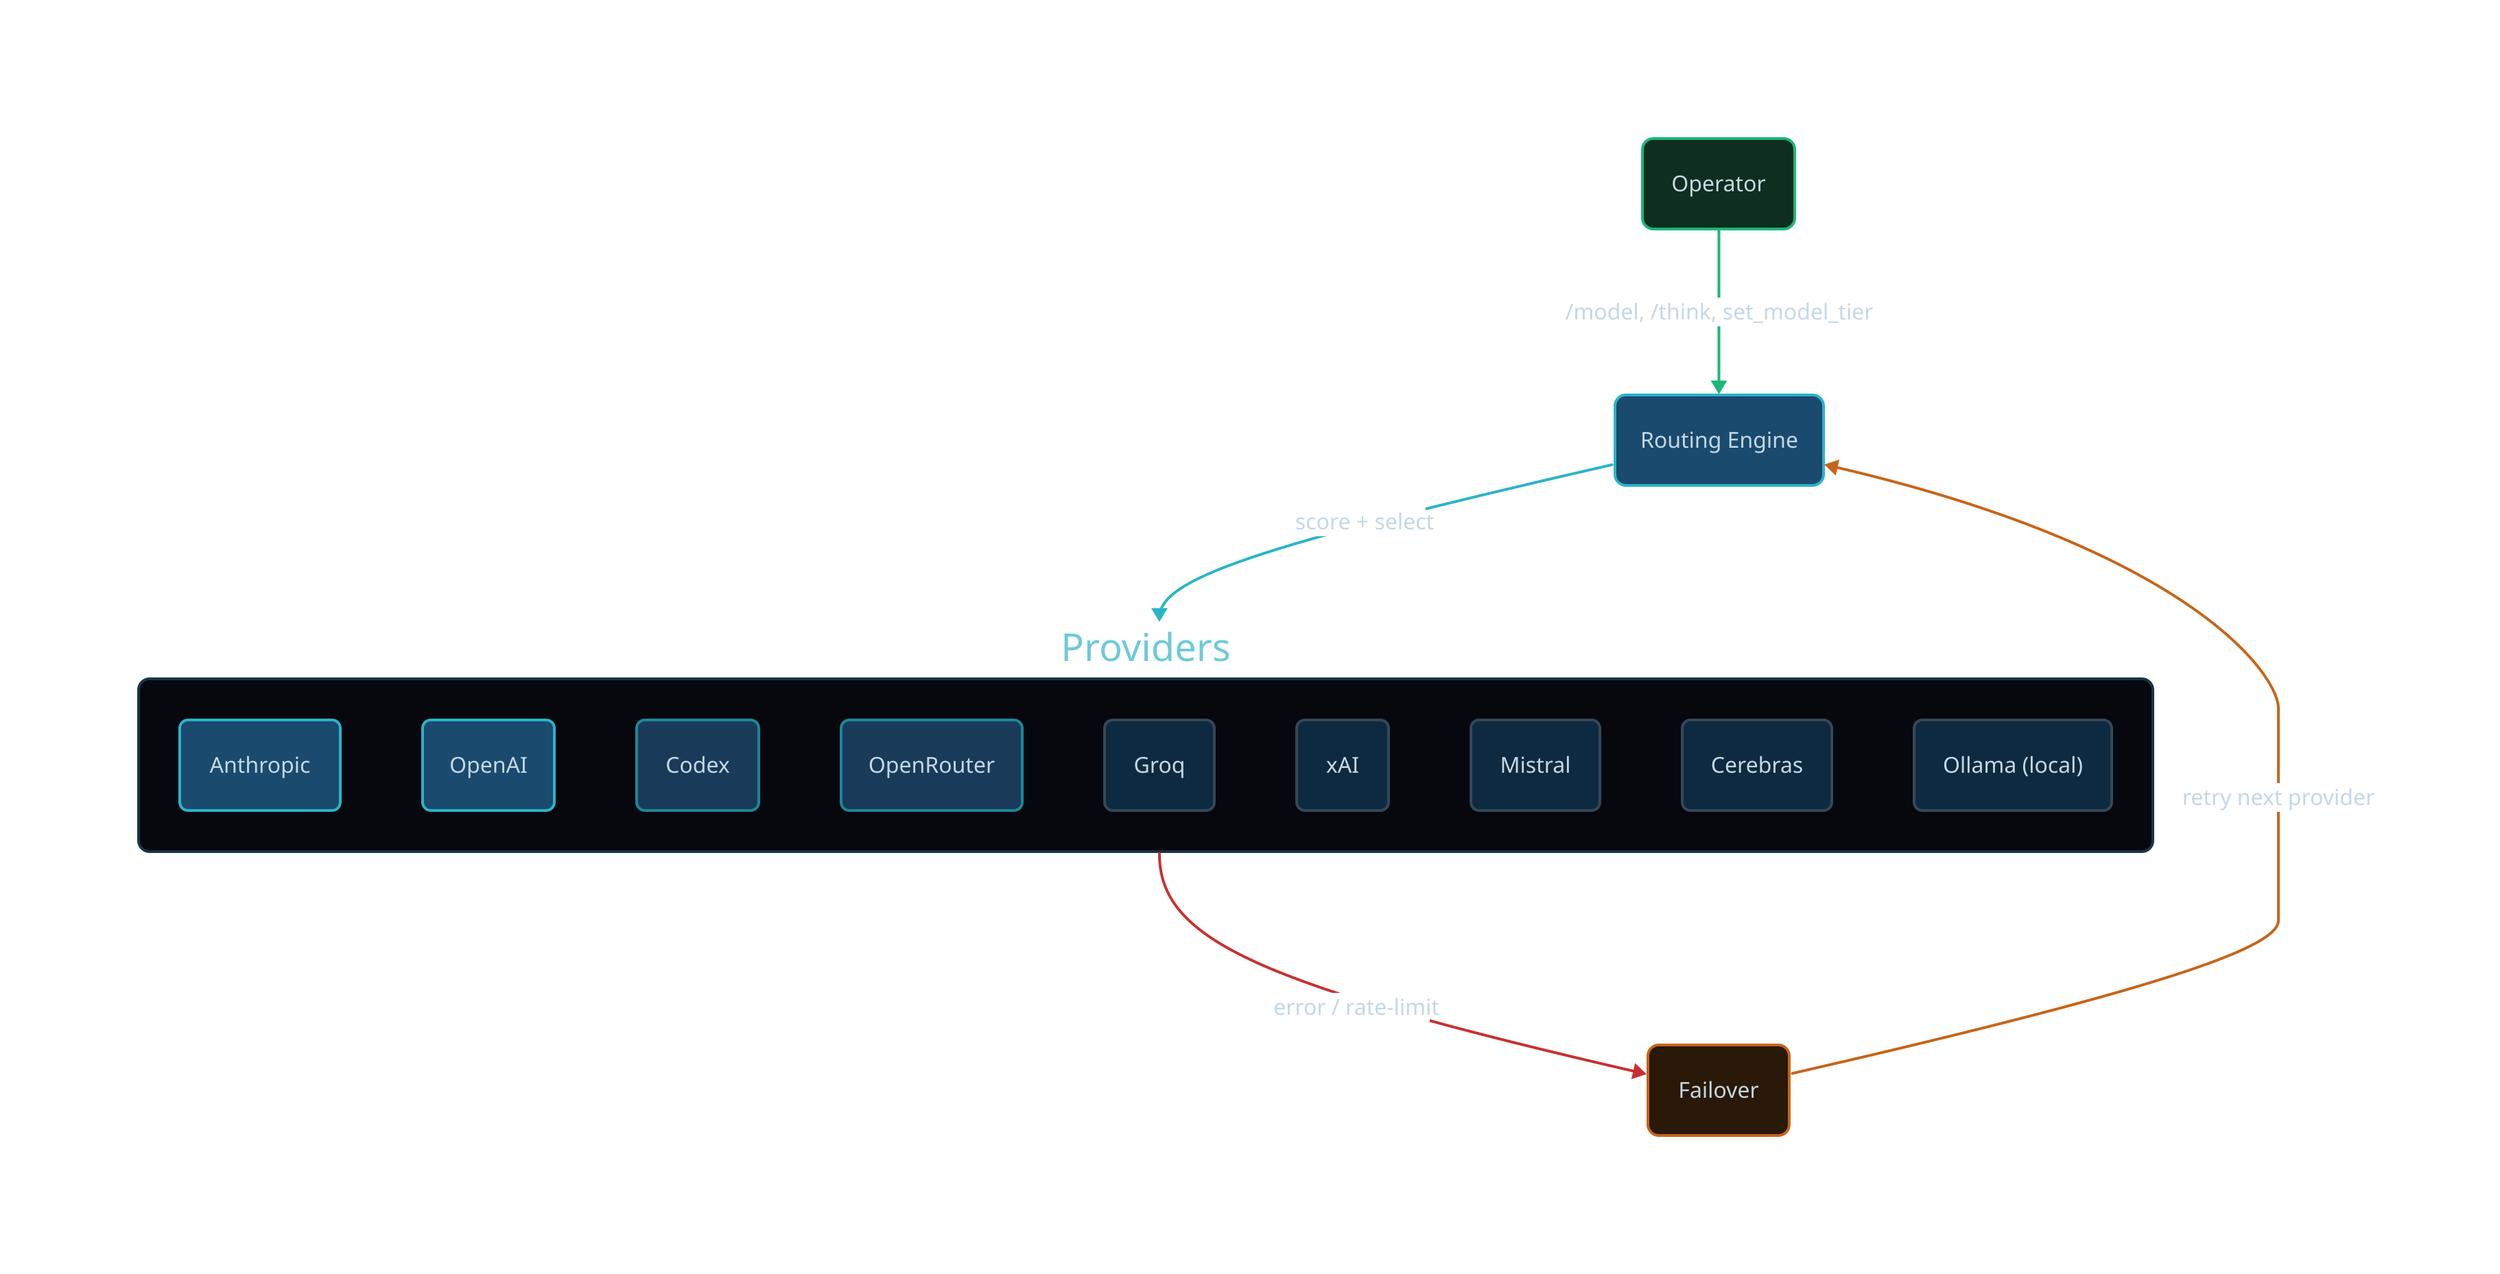
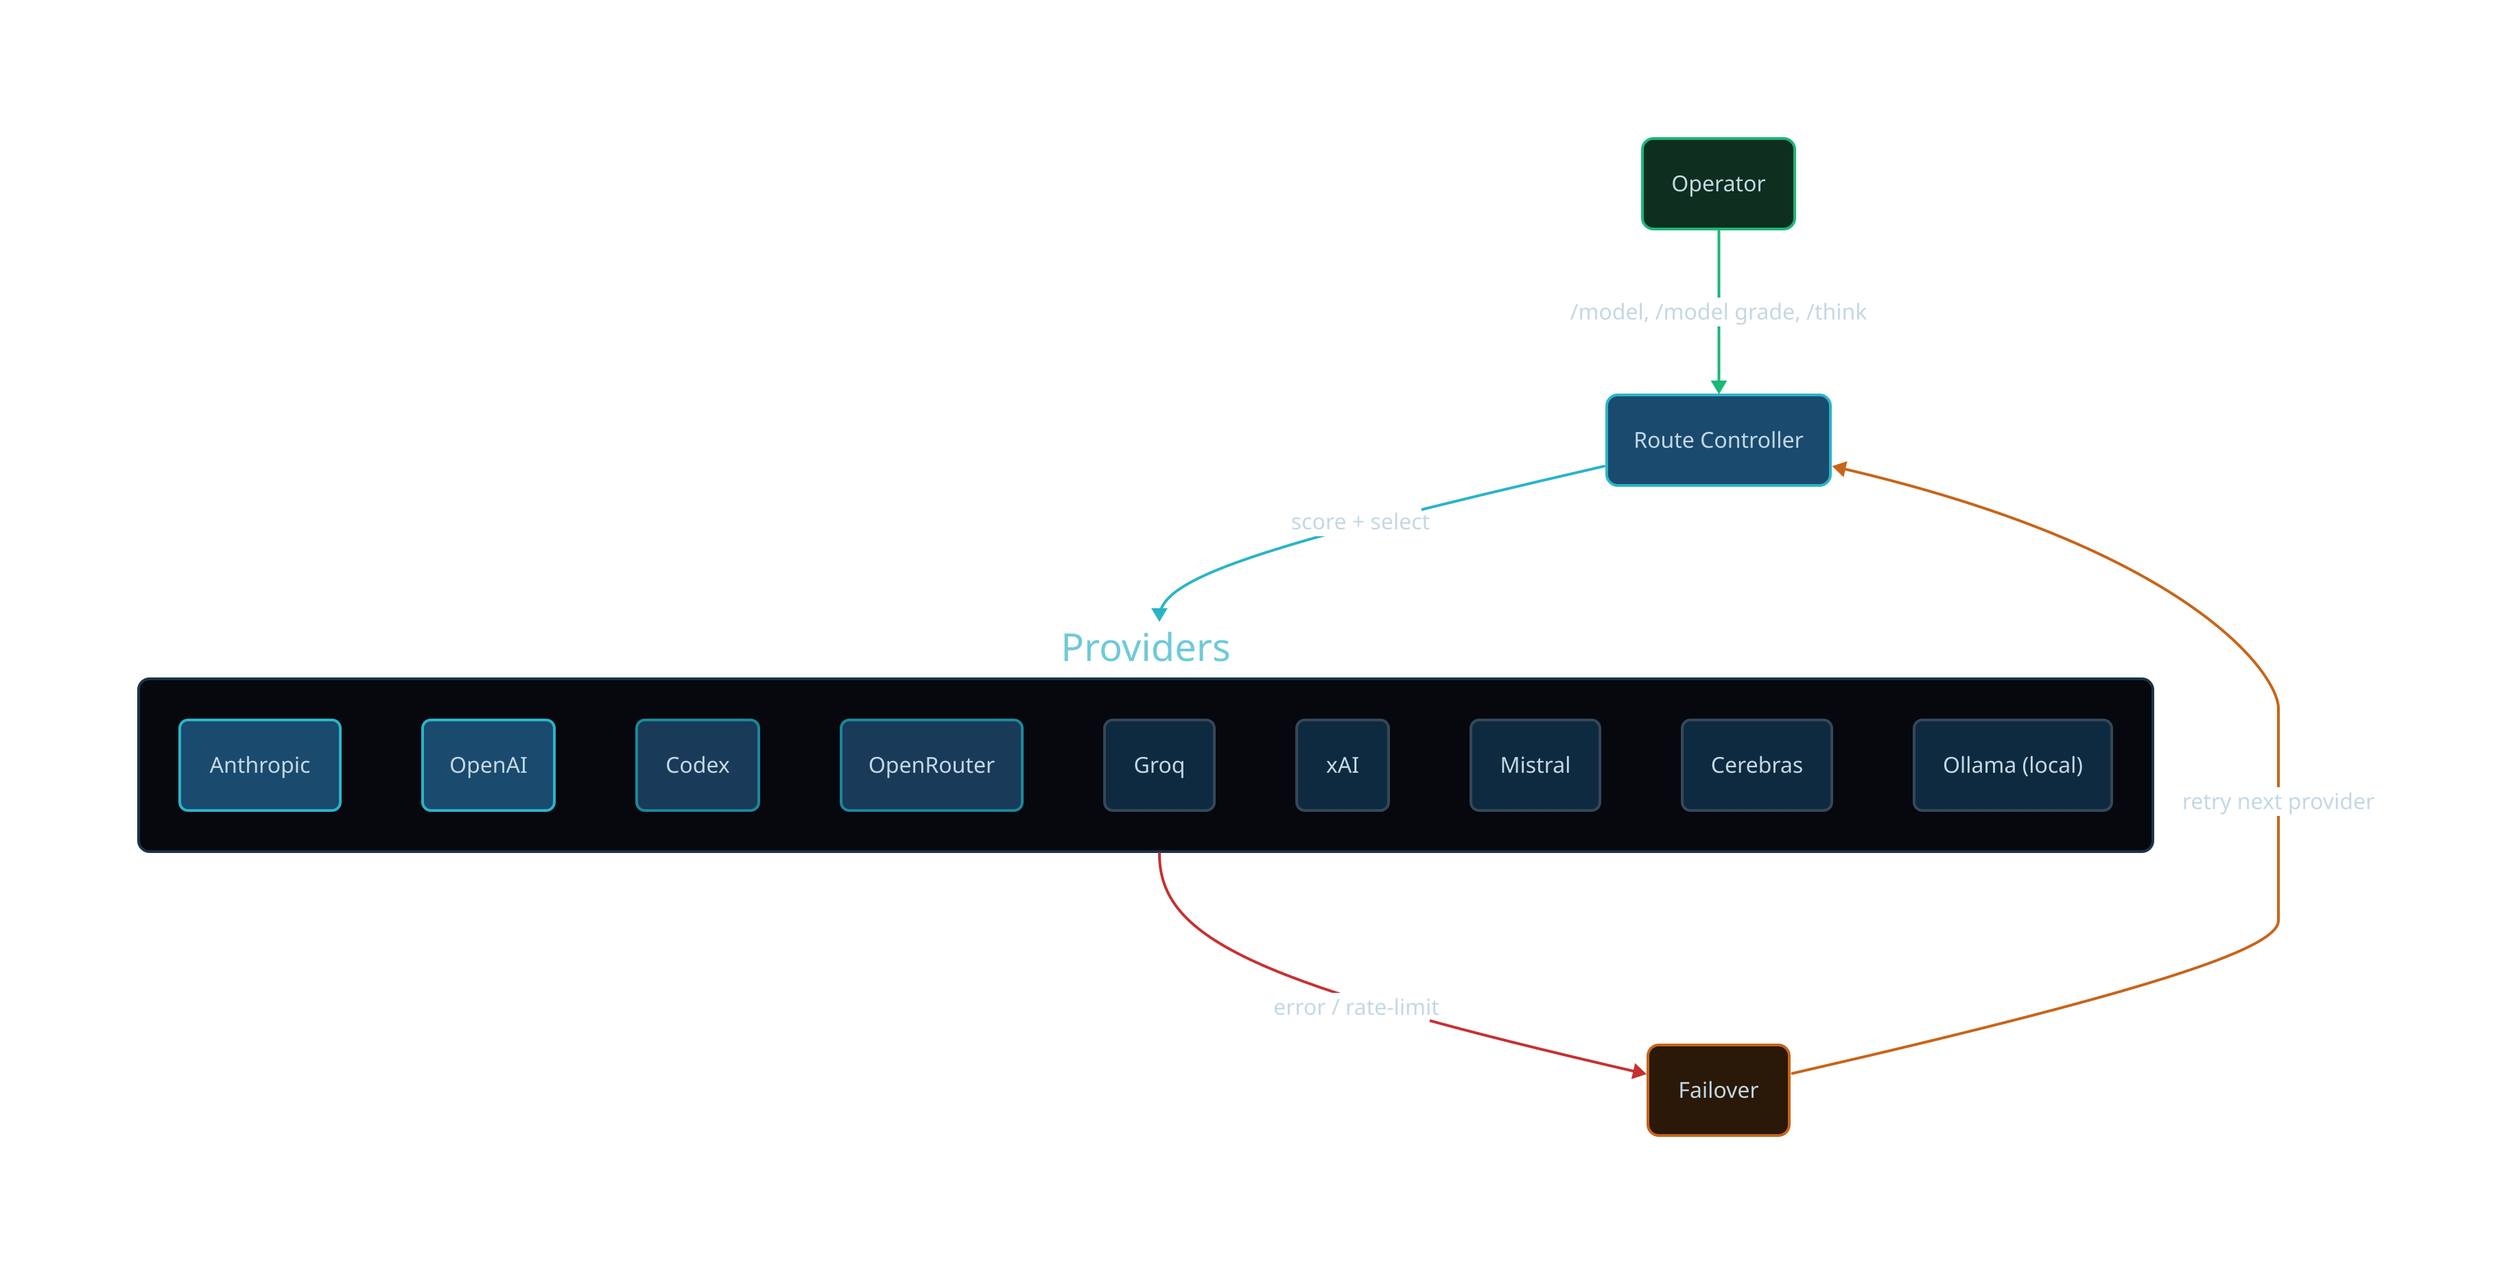
direction: down

operator: Operator {
  style: { fill: "#0e2e20"; stroke: "#1ab878"; font-color: "#c4d8e4"; border-radius: 8 }
}

- routing: Routing Engine {
+ routing: Route Controller {
  style: { fill: "#1a4a6e"; stroke: "#2ab4c8"; font-color: "#c4d8e4"; border-radius: 8 }
}

providers: Providers {
  style: {
    fill: "#06080e"
    stroke: "#1a3448"
    font-color: "#6ecad8"
    border-radius: 8
  }

  anthropic: Anthropic {
    style: { fill: "#1a4a6e"; stroke: "#2ab4c8"; font-color: "#c4d8e4"; border-radius: 6 }
  }
  openai: OpenAI {
    style: { fill: "#1a4a6e"; stroke: "#2ab4c8"; font-color: "#c4d8e4"; border-radius: 6 }
  }
  codex: Codex {
    style: { fill: "#1a3a5a"; stroke: "#1a8898"; font-color: "#c4d8e4"; border-radius: 6 }
  }
  openrouter: OpenRouter {
    style: { fill: "#1a3a5a"; stroke: "#1a8898"; font-color: "#c4d8e4"; border-radius: 6 }
  }
  groq: Groq {
    style: { fill: "#0e2a40"; stroke: "#344858"; font-color: "#c4d8e4"; border-radius: 6 }
  }
  xai: xAI {
    style: { fill: "#0e2a40"; stroke: "#344858"; font-color: "#c4d8e4"; border-radius: 6 }
  }
  mistral: Mistral {
    style: { fill: "#0e2a40"; stroke: "#344858"; font-color: "#c4d8e4"; border-radius: 6 }
  }
  cerebras: Cerebras {
    style: { fill: "#0e2a40"; stroke: "#344858"; font-color: "#c4d8e4"; border-radius: 6 }
  }
  ollama: Ollama (local) {
    style: { fill: "#0e2a40"; stroke: "#344858"; font-color: "#c4d8e4"; border-radius: 6 }
  }
}

- operator -> routing: /model, /think, set_model_tier {
+ operator -> routing: /model, /model grade, /think {
  style: { stroke: "#1ab878"; font-color: "#c4d8e4" }
}

routing -> providers: score + select {
  style: { stroke: "#2ab4c8"; font-color: "#c4d8e4" }
}

failover: Failover {
  style: { fill: "#2a1808"; stroke: "#c86418"; font-color: "#c4d8e4"; border-radius: 8 }
}

providers -> failover: error / rate-limit {
  style: { stroke: "#c83030"; font-color: "#c4d8e4" }
}

failover -> routing: retry next provider {
  style: { stroke: "#c86418"; font-color: "#c4d8e4" }
}
